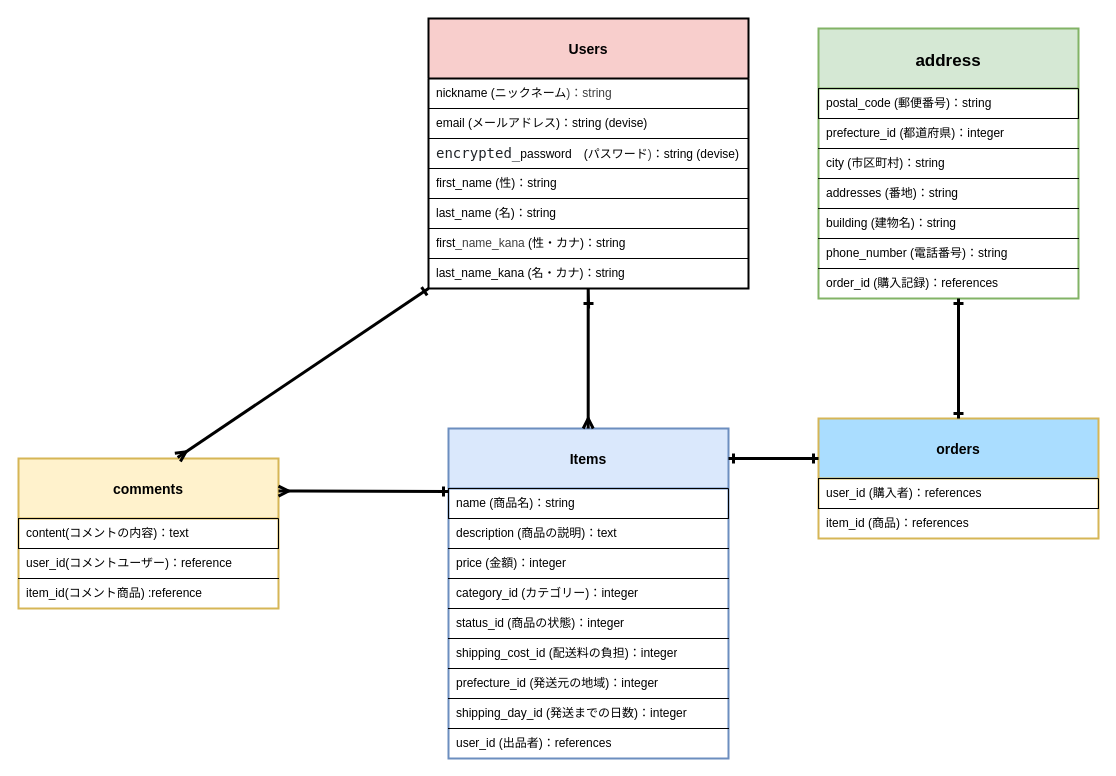
Earlier version of the draw.io diagram db-er.dio (tomoyan1/furima-47849). Source tidied: cells renumbered, new cells numbered last; positions are measured from the earlier drawing's top-left corner, leaving out a move shared by most shapes. Both pictures are drawn from the tidied source at 100%, with x=0, y=0 at pixel (18, 18).
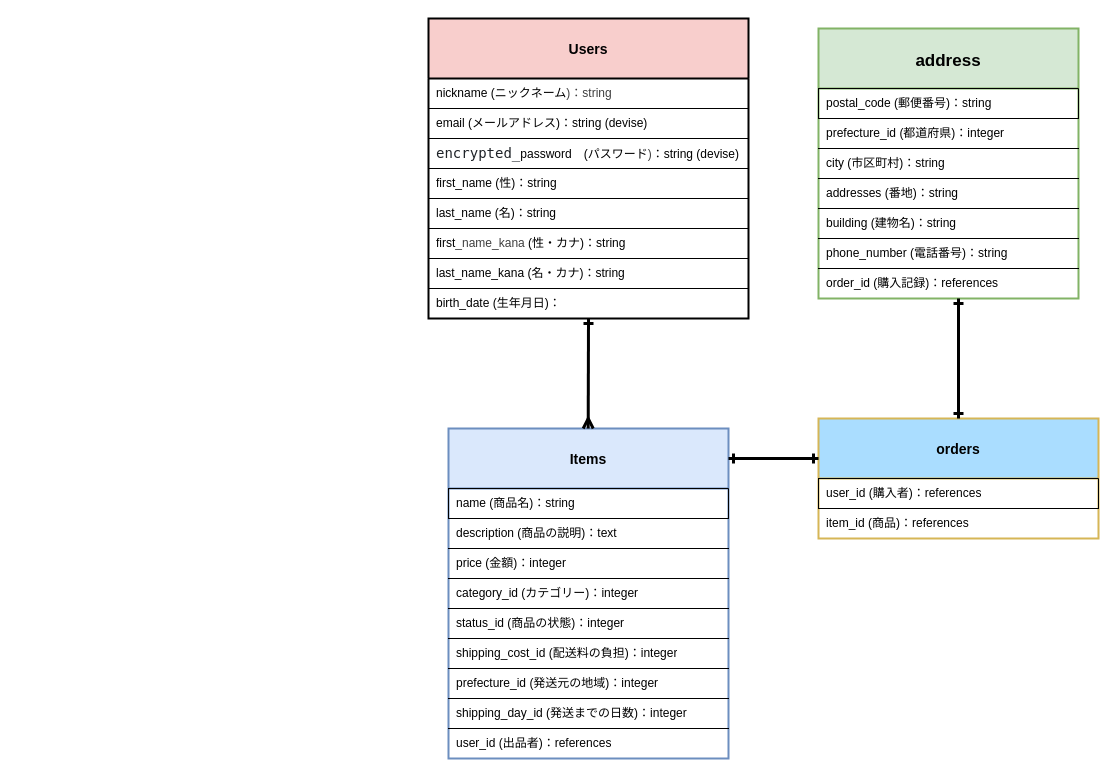
The same diagram, later.

Commit message (it also covers changes not shown here):
DB設計の修正

The edit, as a diff of the source:
```diff
@@
     <mxCell id="2" value="Users" style="swimlane;fontStyle=1;horizontal=1;startSize=60;align=center;fontSize=14;strokeWidth=2;rounded=0;glass=0;fillColor=#f8cecc;strokeColor=default;absoluteArcSize=0;shadow=0;" parent="1" vertex="1">
-      <mxGeometry x="410" width="320" height="270" as="geometry" />
+      <mxGeometry x="410" width="320" height="300" as="geometry" />
     </mxCell>
@@
+    <mxCell id="40" value="birth_date (生年月日)：" style="shape=partialRectangle;fillColor=none;top=1;left=0;bottom=0;right=0;align=left;spacingLeft=6;overflow=hidden;whiteSpace=wrap;html=1;perimeterSpacing=2;" parent="2" vertex="1">
+      <mxGeometry y="270" width="320" height="30" as="geometry" />
+    </mxCell>
@@
-    <mxCell id="28" value="comments" style="swimlane;fontStyle=1;horizontal=1;startSize=60;align=center;fontSize=14;strokeWidth=2;rounded=0;glass=0;fillColor=#fff2cc;strokeColor=#d6b656;absoluteArcSize=0;shadow=0;" parent="1" vertex="1">
-      <mxGeometry y="440" width="260" height="150" as="geometry" />
-    </mxCell>
-    <mxCell id="29" value="content(コメントの内容)：text" style="shape=partialRectangle;fillColor=none;top=1;left=1;bottom=1;right=1;align=left;spacingLeft=6;overflow=hidden;whiteSpace=wrap;html=1;spacing=2;" parent="28" vertex="1">
-      <mxGeometry y="60" width="260" height="30" as="geometry" />
-    </mxCell>
-    <mxCell id="30" value="user_id(コメントユーザー)：reference" style="shape=partialRectangle;fillColor=none;top=1;left=0;bottom=0;right=0;align=left;spacingLeft=6;overflow=hidden;whiteSpace=wrap;html=1;perimeterSpacing=2;" parent="28" vertex="1">
-      <mxGeometry y="90" width="260" height="30" as="geometry" />
-    </mxCell>
-    <mxCell id="31" value="item_id(コメント商品) :reference" style="shape=partialRectangle;fillColor=none;top=1;left=0;bottom=0;right=0;align=left;spacingLeft=6;overflow=hidden;whiteSpace=wrap;html=1;perimeterSpacing=2;" parent="28" vertex="1">
-      <mxGeometry y="120" width="260" height="30" as="geometry" />
-    </mxCell>
@@
-    <mxCell id="37" style="endArrow=ERone;html=1;rounded=0;strokeWidth=3;endFill=0;startArrow=ERmany;startFill=0;" parent="1" edge="1">
-      <mxGeometry relative="1" as="geometry">
-        <mxPoint x="260" y="472.6" as="sourcePoint" />
-        <mxPoint x="430" y="473" as="targetPoint" />
-        <Array as="points">
-          <mxPoint x="280" y="472.6" />
-        </Array>
-      </mxGeometry>
-    </mxCell>
-    <mxCell id="38" style="endArrow=ERone;html=1;rounded=0;strokeWidth=3;endFill=0;startArrow=ERmany;startFill=0;exitX=0.612;exitY=-0.007;exitDx=0;exitDy=0;exitPerimeter=0;entryX=0;entryY=1;entryDx=0;entryDy=0;" parent="1" edge="1" source="28" target="2">
-      <mxGeometry relative="1" as="geometry" />
-    </mxCell>
-    <mxCell id="39" style="endArrow=ERone;html=1;rounded=0;strokeWidth=3;endFill=0;startArrow=ERmany;startFill=0;exitX=0.612;exitY=-0.007;exitDx=0;exitDy=0;exitPerimeter=0;" parent="1" edge="1">
+    <mxCell id="39" style="endArrow=ERone;html=1;rounded=0;strokeWidth=3;endFill=0;startArrow=ERmany;startFill=0;exitX=0.612;exitY=-0.007;exitDx=0;exitDy=0;exitPerimeter=0;entryX=0.5;entryY=1;entryDx=0;entryDy=0;" parent="1" edge="1" target="2">
       <mxGeometry relative="1" as="geometry">
         <mxPoint x="569.7" y="410" as="sourcePoint" />
-        <mxPoint x="570.1" y="290" as="targetPoint" />
-        <Array as="points">
-          <mxPoint x="569.7" y="270" />
-        </Array>
       </mxGeometry>
     </mxCell>
```
